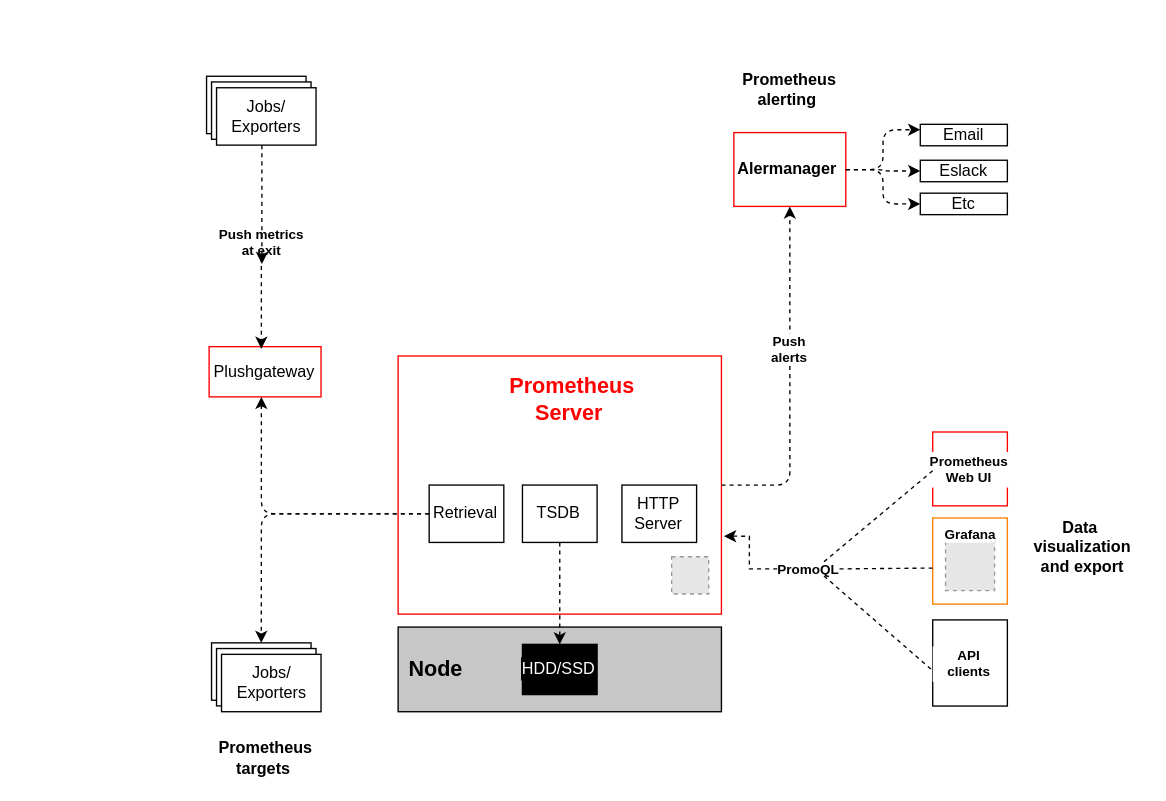
Above: Arquitecture Prometheus.drawio in ismaelax/localrepo (draw.io), before the change. Source tidied: cells renumbered, new cells numbered last; positions are measured from the earlier drawing's top-left corner, leaving out a move shared by most shapes. Both pictures are drawn from the tidied source at 135%, with x=0, y=0 at pixel (198, 76). Pictures stored in the file or linked from it are replaced by grey dashed boxes.
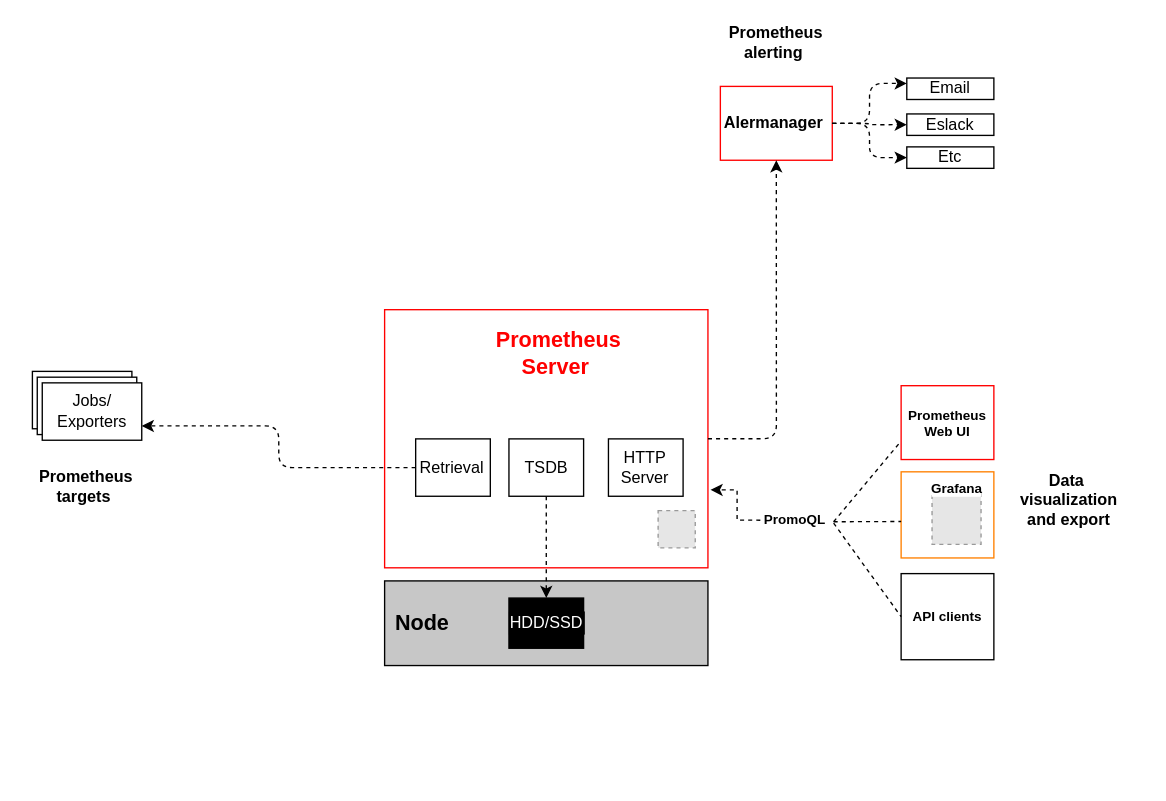
After the change.

What changed in the source:
```diff
@@
-    <mxCell id="2" style="group;" parent="1" vertex="1">
-      <mxGeometry width="700" height="510" as="geometry" />
-    </mxCell>
-    <mxCell id="3" style="whiteSpace=wrap;html=1;fontStyle=0;fillColor=#C7C7C7;" parent="2" vertex="1">
-      <mxGeometry x="147.4" y="408" width="239.5" height="62.7" as="geometry" />
+    <mxCell id="3" style="whiteSpace=wrap;html=1;fontStyle=0;fillColor=#C7C7C7;" parent="1" vertex="1">
+      <mxGeometry x="137.4" y="373.8" width="239.5" height="62.7" as="geometry" />
     </mxCell>
-    <mxCell id="4" style="whiteSpace=wrap;html=1;strokeWidth=1;strokeColor=#FF0000;" parent="2" vertex="1">
-      <mxGeometry x="147.4" y="207.2" width="239.5" height="191.2" as="geometry" />
+    <mxCell id="4" style="whiteSpace=wrap;html=1;strokeWidth=1;strokeColor=#FF0000;" parent="1" vertex="1">
+      <mxGeometry x="137.4" y="172.9" width="239.5" height="191.2" as="geometry" />
     </mxCell>
-    <mxCell id="5" value="HTTP&lt;br&gt;Server" style="arcSize=10;whiteSpace=wrap;html=1;align=center;" parent="2" vertex="1">
-      <mxGeometry x="313.2" y="302.8" width="55.3" height="42.5" as="geometry" />
+    <mxCell id="5" value="HTTP&lt;br&gt;Server" style="arcSize=10;whiteSpace=wrap;html=1;align=center;" parent="1" vertex="1">
+      <mxGeometry x="303.2" y="268.6" width="55.3" height="42.5" as="geometry" />
     </mxCell>
-    <mxCell id="6" value="Retrieval" style="arcSize=10;whiteSpace=wrap;html=1;align=center;" parent="2" vertex="1">
-      <mxGeometry x="170.4" y="302.8" width="55.3" height="42.5" as="geometry" />
+    <mxCell id="6" value="Retrieval" style="arcSize=10;whiteSpace=wrap;html=1;align=center;" parent="1" vertex="1">
+      <mxGeometry x="160.4" y="268.6" width="55.3" height="42.5" as="geometry" />
     </mxCell>
-    <mxCell id="7" value="HDD/SSD" style="whiteSpace=wrap;html=1;labelBackgroundColor=#000000;labelBorderColor=#000000;fontColor=#FFFFFF;fillColor=#000000;" parent="2" vertex="1">
-      <mxGeometry x="239.5" y="420.8" width="55.3" height="37.2" as="geometry" />
+    <mxCell id="7" value="HDD/SSD" style="whiteSpace=wrap;html=1;labelBackgroundColor=#000000;labelBorderColor=#000000;fontColor=#FFFFFF;fillColor=#000000;" parent="1" vertex="1">
+      <mxGeometry x="229.5" y="386.5" width="55.3" height="37.2" as="geometry" />
     </mxCell>
-    <mxCell id="8" value="Node" style="text;html=1;strokeColor=none;fillColor=none;align=center;verticalAlign=middle;whiteSpace=wrap;fontSize=16;fontStyle=1;" parent="2" vertex="1">
-      <mxGeometry x="156.6" y="428.7" width="36.8" height="21.2" as="geometry" />
+    <mxCell id="8" value="Node" style="text;html=1;strokeColor=none;fillColor=none;align=center;verticalAlign=middle;whiteSpace=wrap;fontSize=16;fontStyle=1;" parent="1" vertex="1">
+      <mxGeometry x="146.6" y="394.5" width="36.8" height="21.2" as="geometry" />
     </mxCell>
-    <mxCell id="9" style="edgeStyle=orthogonalEdgeStyle;jettySize=auto;html=1;dashed=1;fontSize=16;fontColor=#FFFFFF;" parent="2" edge="1" source="10" target="7">
-      <mxGeometry relative="1" as="geometry" />
+    <mxCell id="9" style="edgeStyle=orthogonalEdgeStyle;jettySize=auto;html=1;dashed=1;fontSize=16;fontColor=#FFFFFF;" parent="1" edge="1" source="10" target="7">
+      <mxGeometry x="250" y="105.8" as="geometry" />
     </mxCell>
-    <mxCell id="10" value="&lt;span&gt;TSDB&lt;/span&gt;" style="arcSize=10;whiteSpace=wrap;html=1;align=center;" parent="2" vertex="1">
-      <mxGeometry x="239.5" y="302.8" width="55.3" height="42.5" as="geometry" />
+    <mxCell id="10" value="&lt;span&gt;TSDB&lt;/span&gt;" style="arcSize=10;whiteSpace=wrap;html=1;align=center;" parent="1" vertex="1">
+      <mxGeometry x="229.5" y="268.6" width="55.3" height="42.5" as="geometry" />
     </mxCell>
-    <mxCell id="11" value="Prometheus Server&amp;nbsp;" style="text;html=1;strokeColor=none;fillColor=none;align=center;verticalAlign=middle;whiteSpace=wrap;labelBackgroundColor=#FFFFFF;fontSize=16;fontStyle=1;fontColor=#FF0000;" parent="2" vertex="1">
-      <mxGeometry x="202.6" y="228.4" width="147.4" height="21.2" as="geometry" />
+    <mxCell id="11" value="Prometheus Server&amp;nbsp;" style="text;html=1;strokeColor=none;fillColor=none;align=center;verticalAlign=middle;whiteSpace=wrap;labelBackgroundColor=#FFFFFF;fontSize=16;fontStyle=1;fontColor=#FF0000;" parent="1" vertex="1">
+      <mxGeometry x="192.6" y="194.2" width="147.4" height="21.2" as="geometry" />
     </mxCell>
-    <mxCell id="12" style="fillColor=#E6E6E6;strokeColor=#999999;dashed=1;verticalLabelPosition=bottom;labelBackgroundColor=#ffffff;verticalAlign=top;" parent="2" vertex="1">
-      <mxGeometry x="350" y="355.9" width="27.5" height="27.6" as="geometry" />
+    <mxCell id="12" style="fillColor=#E6E6E6;strokeColor=#999999;dashed=1;verticalLabelPosition=bottom;labelBackgroundColor=#ffffff;verticalAlign=top;" parent="1" vertex="1">
+      <mxGeometry x="340" y="321.7" width="27.5" height="27.6" as="geometry" />
     </mxCell>
-    <mxCell id="13" style="arcSize=10;whiteSpace=wrap;html=1;align=center;gradientColor=#ffffff;" parent="2" vertex="1">
-      <mxGeometry x="9.2" y="419.7" width="73.7" height="42.5" as="geometry" />
+    <mxCell id="13" style="arcSize=10;whiteSpace=wrap;html=1;align=center;gradientColor=#ffffff;" parent="1" vertex="1">
+      <mxGeometry x="-123.5" y="218.6" width="73.7" height="42.5" as="geometry" />
     </mxCell>
-    <mxCell id="14" style="edgeStyle=orthogonalEdgeStyle;jettySize=auto;html=1;entryX=0.5;entryY=0;entryDx=0;entryDy=0;dashed=1;fontSize=16;fontColor=#000000;" parent="2" edge="1" source="6" target="13">
-      <mxGeometry relative="1" as="geometry" />
+    <mxCell id="14" style="edgeStyle=orthogonalEdgeStyle;jettySize=auto;html=1;entryX=1;entryY=0.75;entryDx=0;entryDy=0;dashed=1;fontSize=16;fontColor=#000000;" parent="1" edge="1" source="6" target="16">
+      <mxGeometry x="250" y="105.8" as="geometry" />
     </mxCell>
-    <mxCell id="15" style="arcSize=10;whiteSpace=wrap;html=1;align=center;gradientColor=#ffffff;" parent="2" vertex="1">
-      <mxGeometry x="12.9" y="423.9" width="73.7" height="42.5" as="geometry" />
+    <mxCell id="15" style="arcSize=10;whiteSpace=wrap;html=1;align=center;gradientColor=#ffffff;" parent="1" vertex="1">
+      <mxGeometry x="-119.9" y="222.9" width="73.7" height="42.5" as="geometry" />
     </mxCell>
-    <mxCell id="16" value="Jobs/&lt;br&gt;Exporters" style="arcSize=10;whiteSpace=wrap;html=1;align=center;gradientColor=#ffffff;" parent="2" vertex="1">
-      <mxGeometry x="16.6" y="428.2" width="73.7" height="42.5" as="geometry" />
+    <mxCell id="16" value="Jobs/&lt;br&gt;Exporters" style="arcSize=10;whiteSpace=wrap;html=1;align=center;gradientColor=#ffffff;" parent="1" vertex="1">
+      <mxGeometry x="-116.2" y="227.1" width="73.7" height="42.5" as="geometry" />
     </mxCell>
-    <mxCell id="17" value="Plushgateway" style="whiteSpace=wrap;html=1;labelBackgroundColor=#FFFFFF;labelBorderColor=#FFFFFF;fillColor=#FFFFFF;strokeColor=#FF0000;" parent="2" vertex="1">
-      <mxGeometry x="7.4" y="200.3" width="82.9" height="37.2" as="geometry" />
-    </mxCell>
-    <mxCell id="18" style="edgeStyle=orthogonalEdgeStyle;jettySize=auto;html=1;dashed=1;fontSize=16;fontColor=#000000;" parent="2" edge="1" source="6" target="17">
-      <mxGeometry relative="1" as="geometry">
-        <Array as="points">
-          <mxPoint x="46.1" y="324.1" />
-        </Array>
-      </mxGeometry>
-    </mxCell>
-    <mxCell id="19" style="arcSize=10;whiteSpace=wrap;html=1;align=center;gradientColor=#ffffff;" parent="2" vertex="1">
-      <mxGeometry x="5.5" width="73.7" height="42.5" as="geometry" />
-    </mxCell>
-    <mxCell id="20" style="arcSize=10;whiteSpace=wrap;html=1;align=center;gradientColor=#ffffff;" parent="2" vertex="1">
-      <mxGeometry x="9.2" y="4.2" width="73.7" height="42.5" as="geometry" />
-    </mxCell>
-    <mxCell id="21" value="Jobs/&lt;br&gt;Exporters" style="arcSize=10;whiteSpace=wrap;html=1;align=center;gradientColor=#ffffff;" parent="2" vertex="1">
-      <mxGeometry x="12.9" y="8.5" width="73.7" height="42.5" as="geometry" />
-    </mxCell>
-    <mxCell id="22" style="edgeStyle=orthogonalEdgeStyle;jettySize=auto;html=1;dashed=1;fontSize=10;fontColor=#000000;" parent="2" edge="1" source="23">
-      <mxGeometry relative="1" as="geometry">
-        <mxPoint x="46.1" y="201.9" as="targetPoint" />
-      </mxGeometry>
-    </mxCell>
-    <mxCell id="23" value="Push metrics &lt;br&gt;at exit" style="text;strokeColor=none;fillColor=none;html=1;fontSize=10;fontStyle=1;verticalAlign=middle;align=center;labelBackgroundColor=#FFFFFF;" parent="2" vertex="1">
-      <mxGeometry y="117.9" width="92.1" height="10.6" as="geometry" />
-    </mxCell>
-    <mxCell id="24" style="edgeStyle=orthogonalEdgeStyle;jettySize=auto;html=1;entryX=0.505;entryY=2;entryDx=0;entryDy=0;entryPerimeter=0;dashed=1;fontSize=10;fontColor=#000000;" parent="2" edge="1" source="21" target="23">
-      <mxGeometry relative="1" as="geometry">
-        <Array as="points">
-          <mxPoint x="47" y="105.2" />
-        </Array>
-      </mxGeometry>
-    </mxCell>
-    <mxCell id="25" value="&lt;b&gt;Alermanager&amp;nbsp;&lt;/b&gt;" style="whiteSpace=wrap;html=1;labelBackgroundColor=#FFFFFF;labelBorderColor=#FFFFFF;fillColor=#FFFFFF;strokeColor=#FF0000;" parent="2" vertex="1">
-      <mxGeometry x="396.1" y="41.7" width="82.9" height="54.7" as="geometry" />
+    <mxCell id="25" value="&lt;b&gt;Alermanager&amp;nbsp;&lt;/b&gt;" style="whiteSpace=wrap;html=1;labelBackgroundColor=#FFFFFF;labelBorderColor=#FFFFFF;fillColor=#FFFFFF;strokeColor=#FF0000;" parent="1" vertex="1">
+      <mxGeometry x="386.1" y="7.5" width="82.9" height="54.7" as="geometry" />
     </mxCell>
-    <mxCell id="26" style="edgeStyle=orthogonalEdgeStyle;jettySize=auto;html=1;entryX=0.5;entryY=1;entryDx=0;entryDy=0;dashed=1;fontSize=10;fontColor=#000000;" parent="2" edge="1" source="4" target="25">
-      <mxGeometry relative="1" as="geometry" />
+    <mxCell id="26" style="edgeStyle=orthogonalEdgeStyle;jettySize=auto;html=1;entryX=0.5;entryY=1;entryDx=0;entryDy=0;dashed=1;fontSize=10;fontColor=#000000;" parent="1" edge="1" source="4" target="25">
+      <mxGeometry x="250" y="105.8" as="geometry" />
     </mxCell>
-    <mxCell id="27" value="&lt;span style=&quot;font-size: 12px;&quot;&gt;Prometheus&lt;br style=&quot;font-size: 12px;&quot;&gt;targets&amp;nbsp;&lt;/span&gt;" style="text;strokeColor=none;fillColor=none;html=1;fontSize=12;fontStyle=1;verticalAlign=middle;align=center;labelBackgroundColor=#FFFFFF;" parent="2" vertex="1">
-      <mxGeometry x="2.8" y="499.4" width="92.1" height="10.6" as="geometry" />
+    <mxCell id="27" value="&lt;span style=&quot;font-size: 12px;&quot;&gt;Prometheus&lt;br style=&quot;font-size: 12px;&quot;&gt;targets&amp;nbsp;&lt;/span&gt;" style="text;strokeColor=none;fillColor=none;html=1;fontSize=12;fontStyle=1;verticalAlign=middle;align=center;labelBackgroundColor=#FFFFFF;" parent="1" vertex="1">
+      <mxGeometry x="-130" y="298.3" width="92.1" height="10.6" as="geometry" />
     </mxCell>
-    <mxCell id="28" value="Push &lt;br&gt;alerts" style="text;strokeColor=none;fillColor=none;html=1;fontSize=10;fontStyle=1;verticalAlign=middle;align=center;labelBackgroundColor=#FFFFFF;" parent="2" vertex="1">
-      <mxGeometry x="390.5" y="197.1" width="92.1" height="10.6" as="geometry" />
-    </mxCell>
-    <mxCell id="29" value="Email" style="arcSize=10;whiteSpace=wrap;html=1;align=center;" parent="2" vertex="1">
-      <mxGeometry x="534.2" y="35.6" width="64.5" height="15.9" as="geometry" />
+    <mxCell id="29" value="Email" style="arcSize=10;whiteSpace=wrap;html=1;align=center;" parent="1" vertex="1">
+      <mxGeometry x="524.2" y="1.3" width="64.5" height="15.9" as="geometry" />
     </mxCell>
-    <mxCell id="30" style="edgeStyle=orthogonalEdgeStyle;jettySize=auto;html=1;entryX=0;entryY=0.25;entryDx=0;entryDy=0;dashed=1;fontSize=10;fontColor=#000000;" parent="2" edge="1" source="25" target="29">
-      <mxGeometry relative="1" as="geometry" />
+    <mxCell id="30" style="edgeStyle=orthogonalEdgeStyle;jettySize=auto;html=1;entryX=0;entryY=0.25;entryDx=0;entryDy=0;dashed=1;fontSize=10;fontColor=#000000;" parent="1" edge="1" source="25" target="29">
+      <mxGeometry x="250" y="105.8" as="geometry" />
     </mxCell>
-    <mxCell id="31" value="Eslack" style="arcSize=10;whiteSpace=wrap;html=1;align=center;" parent="2" vertex="1">
-      <mxGeometry x="534.2" y="62.2" width="64.5" height="15.9" as="geometry" />
+    <mxCell id="31" value="Eslack" style="arcSize=10;whiteSpace=wrap;html=1;align=center;" parent="1" vertex="1">
+      <mxGeometry x="524.2" y="27.9" width="64.5" height="15.9" as="geometry" />
     </mxCell>
-    <mxCell id="32" style="edgeStyle=orthogonalEdgeStyle;jettySize=auto;html=1;entryX=0;entryY=0.5;entryDx=0;entryDy=0;dashed=1;fontSize=10;fontColor=#000000;" parent="2" edge="1" source="25" target="31">
-      <mxGeometry relative="1" as="geometry" />
+    <mxCell id="32" style="edgeStyle=orthogonalEdgeStyle;jettySize=auto;html=1;entryX=0;entryY=0.5;entryDx=0;entryDy=0;dashed=1;fontSize=10;fontColor=#000000;" parent="1" edge="1" source="25" target="31">
+      <mxGeometry x="250" y="105.8" as="geometry" />
     </mxCell>
-    <mxCell id="33" value="Etc" style="arcSize=10;whiteSpace=wrap;html=1;align=center;" parent="2" vertex="1">
-      <mxGeometry x="534.2" y="86.6" width="64.5" height="15.9" as="geometry" />
+    <mxCell id="33" value="Etc" style="arcSize=10;whiteSpace=wrap;html=1;align=center;" parent="1" vertex="1">
+      <mxGeometry x="524.2" y="52.3" width="64.5" height="15.9" as="geometry" />
     </mxCell>
-    <mxCell id="34" style="edgeStyle=orthogonalEdgeStyle;jettySize=auto;html=1;entryX=0;entryY=0.5;entryDx=0;entryDy=0;dashed=1;fontSize=10;fontColor=#000000;" parent="2" edge="1" source="25" target="33">
-      <mxGeometry relative="1" as="geometry" />
+    <mxCell id="34" style="edgeStyle=orthogonalEdgeStyle;jettySize=auto;html=1;entryX=0;entryY=0.5;entryDx=0;entryDy=0;dashed=1;fontSize=10;fontColor=#000000;" parent="1" edge="1" source="25" target="33">
+      <mxGeometry x="250" y="105.8" as="geometry" />
     </mxCell>
-    <mxCell id="35" value="&lt;b style=&quot;font-size: 10px;&quot;&gt;Prometheus&lt;br style=&quot;font-size: 10px;&quot;&gt;Web UI&lt;br style=&quot;font-size: 10px;&quot;&gt;&lt;/b&gt;" style="whiteSpace=wrap;html=1;labelBackgroundColor=#FFFFFF;labelBorderColor=#FFFFFF;fillColor=#FFFFFF;strokeColor=#FF0000;fontSize=10;" parent="2" vertex="1">
-      <mxGeometry x="543.4" y="263.5" width="55.3" height="54.7" as="geometry" />
+    <mxCell id="35" value="&lt;b style=&quot;font-size: 10px;&quot;&gt;Prometheus&lt;br style=&quot;font-size: 10px;&quot;&gt;Web UI&lt;br style=&quot;font-size: 10px;&quot;&gt;&lt;/b&gt;" style="whiteSpace=wrap;html=1;labelBackgroundColor=#FFFFFF;labelBorderColor=#FFFFFF;fillColor=#FFFFFF;strokeColor=#FF0000;fontSize=10;" parent="1" vertex="1">
+      <mxGeometry x="520" y="229.2" width="68.7" height="54.7" as="geometry" />
     </mxCell>
-    <mxCell id="36" value="&lt;b&gt;&lt;br&gt;&lt;/b&gt;" style="whiteSpace=wrap;html=1;labelBackgroundColor=#FFFFFF;labelBorderColor=#FFFFFF;fillColor=#FFFFFF;strokeColor=#FF8000;" parent="2" vertex="1">
-      <mxGeometry x="543.4" y="327.2" width="55.3" height="63.8" as="geometry" />
+    <mxCell id="36" value="&lt;b&gt;&lt;br&gt;&lt;/b&gt;" style="whiteSpace=wrap;html=1;labelBackgroundColor=#FFFFFF;labelBorderColor=#FFFFFF;fillColor=#FFFFFF;strokeColor=#FF8000;" parent="1" vertex="1">
+      <mxGeometry x="520" y="293" width="68.7" height="63.8" as="geometry" />
     </mxCell>
-    <mxCell id="37" style="fillColor=#E6E6E6;strokeColor=#999999;dashed=1;verticalLabelPosition=bottom;labelBackgroundColor=#ffffff;verticalAlign=top;" parent="2" vertex="1">
-      <mxGeometry x="552.9" y="343.2" width="36.3" height="37.8" as="geometry" />
+    <mxCell id="37" style="fillColor=#E6E6E6;strokeColor=#999999;dashed=1;verticalLabelPosition=bottom;labelBackgroundColor=#ffffff;verticalAlign=top;" parent="1" vertex="1">
+      <mxGeometry x="542.9" y="308.9" width="36.3" height="37.8" as="geometry" />
     </mxCell>
-    <mxCell id="38" value="Grafana" style="text;html=1;strokeColor=none;fillColor=none;align=center;verticalAlign=middle;whiteSpace=wrap;labelBackgroundColor=#FFFFFF;fontSize=10;fontColor=#000000;fontStyle=1;" parent="2" vertex="1">
-      <mxGeometry x="552.9" y="328.3" width="36.8" height="21.2" as="geometry" />
+    <mxCell id="38" value="Grafana" style="text;html=1;strokeColor=none;fillColor=none;align=center;verticalAlign=middle;whiteSpace=wrap;labelBackgroundColor=#FFFFFF;fontSize=10;fontColor=#000000;fontStyle=1;" parent="1" vertex="1">
+      <mxGeometry x="542.9" y="294.1" width="36.8" height="21.2" as="geometry" />
     </mxCell>
-    <mxCell id="39" value="&lt;b style=&quot;font-size: 10px;&quot;&gt;API clients&lt;br style=&quot;font-size: 10px;&quot;&gt;&lt;/b&gt;" style="whiteSpace=wrap;html=1;labelBackgroundColor=#FFFFFF;labelBorderColor=#FFFFFF;fillColor=#FFFFFF;fontSize=10;" parent="2" vertex="1">
-      <mxGeometry x="543.4" y="402.7" width="55.3" height="63.8" as="geometry" />
+    <mxCell id="39" value="&lt;b style=&quot;font-size: 10px;&quot;&gt;API clients&lt;br style=&quot;font-size: 10px;&quot;&gt;&lt;/b&gt;" style="whiteSpace=wrap;html=1;labelBackgroundColor=#FFFFFF;labelBorderColor=#FFFFFF;fillColor=#FFFFFF;fontSize=10;" parent="1" vertex="1">
+      <mxGeometry x="520" y="368.4" width="68.7" height="63.8" as="geometry" />
     </mxCell>
-    <mxCell id="40" style="edgeStyle=orthogonalEdgeStyle;rounded=0;jettySize=auto;html=1;entryX=1.008;entryY=0.698;entryDx=0;entryDy=0;entryPerimeter=0;dashed=1;" parent="2" edge="1" source="41" target="4">
-      <mxGeometry relative="1" as="geometry" />
+    <mxCell id="40" style="edgeStyle=orthogonalEdgeStyle;rounded=0;jettySize=auto;html=1;entryX=1.008;entryY=0.698;entryDx=0;entryDy=0;entryPerimeter=0;dashed=1;exitX=-0.103;exitY=0.598;exitDx=0;exitDy=0;exitPerimeter=0;" parent="1" edge="1" source="41" target="4">
+      <mxGeometry x="250" y="105.8" as="geometry" />
     </mxCell>
-    <mxCell id="41" value="PromoQL" style="text;strokeColor=none;fillColor=none;html=1;fontSize=10;fontStyle=1;verticalAlign=middle;align=center;labelBackgroundColor=#FFFFFF;" parent="2" vertex="1">
-      <mxGeometry x="428.3" y="359.6" width="46.1" height="10.6" as="geometry" />
+    <mxCell id="41" value="PromoQL" style="text;strokeColor=none;fillColor=none;html=1;fontSize=10;fontStyle=1;verticalAlign=middle;align=center;labelBackgroundColor=#FFFFFF;" parent="1" vertex="1">
+      <mxGeometry x="420" y="322.5" width="41.7" height="10.6" as="geometry" />
     </mxCell>
-    <mxCell id="42" style="endArrow=none;dashed=1;html=1;exitX=0.75;exitY=0;exitDx=0;exitDy=0;" parent="2" edge="1" source="41">
-      <mxGeometry relative="1" as="geometry">
-        <mxPoint x="543.4" y="292.2" as="targetPoint" />
+    <mxCell id="42" style="endArrow=none;dashed=1;html=1;entryX=0;entryY=0.75;entryDx=0;entryDy=0;" parent="1" edge="1" target="35">
+      <mxGeometry x="250" y="105.8" as="geometry">
+        <mxPoint x="470" y="330" as="sourcePoint" />
       </mxGeometry>
     </mxCell>
-    <mxCell id="43" style="endArrow=none;dashed=1;html=1;exitX=1;exitY=0.5;exitDx=0;exitDy=0;" parent="2" edge="1" source="41">
-      <mxGeometry relative="1" as="geometry">
-        <mxPoint x="543.4" y="364.3" as="targetPoint" />
+    <mxCell id="43" style="endArrow=none;dashed=1;html=1;" parent="1" edge="1">
+      <mxGeometry x="250" y="105.8" as="geometry">
+        <mxPoint x="470" y="330" as="sourcePoint" />
+        <mxPoint x="520" y="329.8" as="targetPoint" />
       </mxGeometry>
     </mxCell>
-    <mxCell id="44" style="endArrow=none;dashed=1;html=1;exitX=0.75;exitY=1;exitDx=0;exitDy=0;" parent="2" edge="1" source="41">
-      <mxGeometry relative="1" as="geometry">
-        <mxPoint x="543.4" y="440.3" as="targetPoint" />
+    <mxCell id="44" style="endArrow=none;dashed=1;html=1;entryX=0;entryY=0.5;entryDx=0;entryDy=0;" parent="1" edge="1" target="39">
+      <mxGeometry x="250" y="105.8" as="geometry">
+        <mxPoint x="470" y="331" as="sourcePoint" />
       </mxGeometry>
     </mxCell>
-    <mxCell id="45" value="&lt;font style=&quot;font-size: 12px;&quot;&gt;&lt;span style=&quot;font-size: 12px;&quot;&gt;Data&amp;nbsp;&lt;br style=&quot;font-size: 12px;&quot;&gt;visualization&lt;br style=&quot;font-size: 12px;&quot;&gt;and export&lt;br style=&quot;font-size: 12px;&quot;&gt;&lt;/span&gt;&lt;/font&gt;" style="text;strokeColor=none;fillColor=none;html=1;fontSize=12;fontStyle=1;verticalAlign=middle;align=center;labelBackgroundColor=#FFFFFF;" parent="2" vertex="1">
-      <mxGeometry x="607.9" y="343.2" width="92.1" height="10.6" as="geometry" />
+    <mxCell id="45" value="&lt;font style=&quot;font-size: 12px;&quot;&gt;&lt;span style=&quot;font-size: 12px;&quot;&gt;Data&amp;nbsp;&lt;br style=&quot;font-size: 12px;&quot;&gt;visualization&lt;br style=&quot;font-size: 12px;&quot;&gt;and export&lt;br style=&quot;font-size: 12px;&quot;&gt;&lt;/span&gt;&lt;/font&gt;" style="text;strokeColor=none;fillColor=none;html=1;fontSize=12;fontStyle=1;verticalAlign=middle;align=center;labelBackgroundColor=#FFFFFF;" parent="1" vertex="1">
+      <mxGeometry x="597.9" y="308.9" width="92.1" height="10.6" as="geometry" />
     </mxCell>
-    <mxCell id="46" value="&lt;span style=&quot;font-size: 12px;&quot;&gt;Prometheus&lt;br style=&quot;font-size: 12px;&quot;&gt;alerting&amp;nbsp;&lt;/span&gt;" style="text;strokeColor=none;fillColor=none;html=1;fontSize=12;fontStyle=1;verticalAlign=middle;align=center;labelBackgroundColor=#FFFFFF;" parent="2" vertex="1">
-      <mxGeometry x="391.4" y="4.2" width="92.1" height="10.6" as="geometry" />
+    <mxCell id="46" value="&lt;span style=&quot;font-size: 12px;&quot;&gt;Prometheus&lt;br style=&quot;font-size: 12px;&quot;&gt;alerting&amp;nbsp;&lt;/span&gt;" style="text;strokeColor=none;fillColor=none;html=1;fontSize=12;fontStyle=1;verticalAlign=middle;align=center;labelBackgroundColor=#FFFFFF;" parent="1" vertex="1">
+      <mxGeometry x="381.4" y="-30" width="92.1" height="10.6" as="geometry" />
     </mxCell>
```
